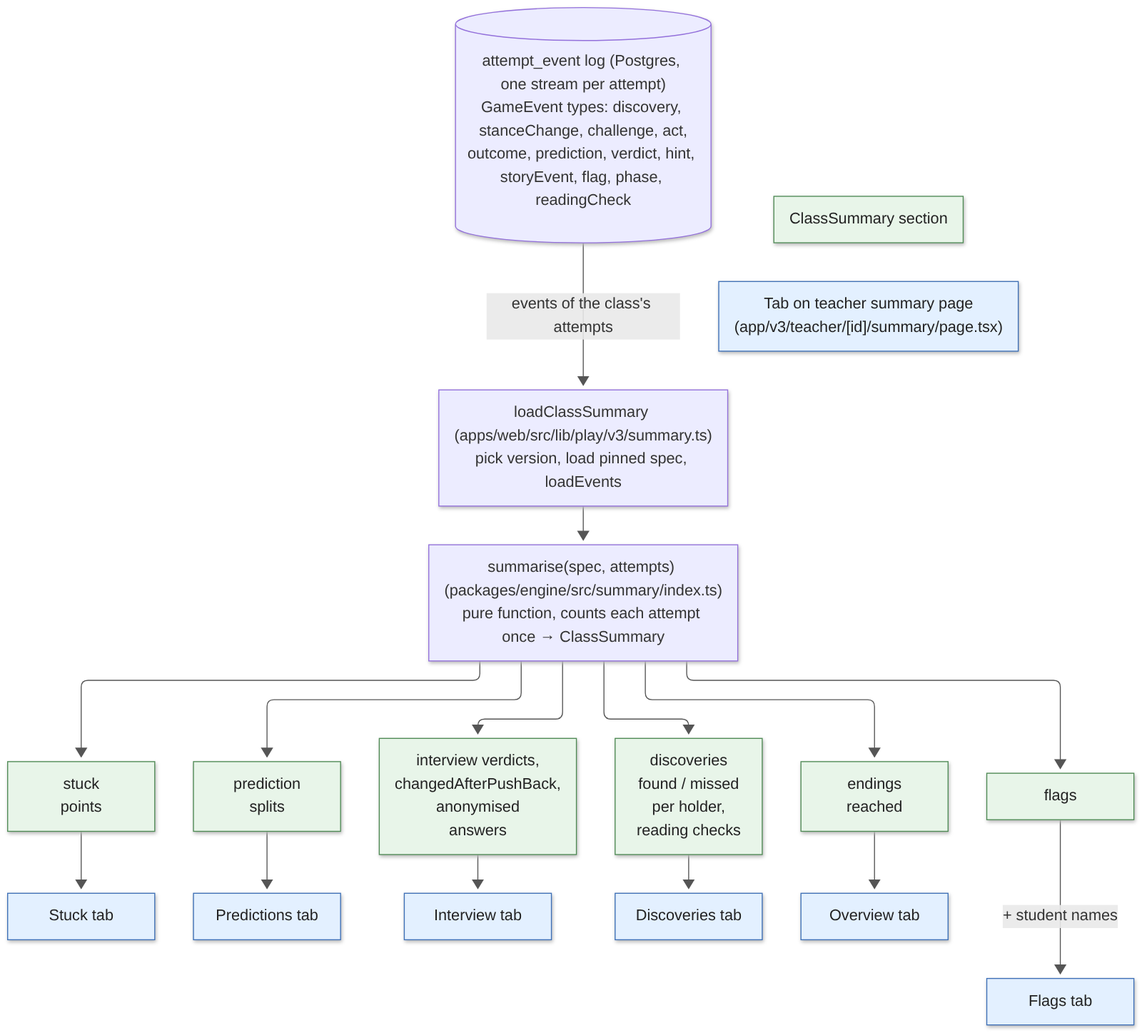
Before: docs/diagrams/png/d5-teacher-insight.png, a diagram exported from Mermaid (damiancxliew/CS3216_Assignment3). Its source is kept beside it as docs/diagrams/d5-teacher-insight.mmd.
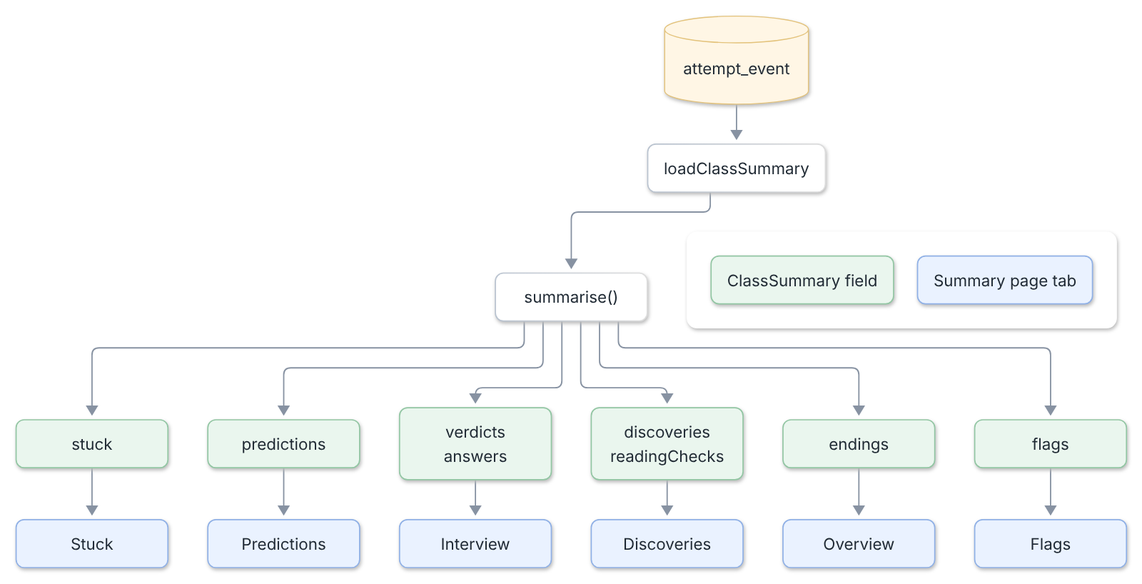
After the commit.

Change to the diagram source:
```diff
@@ -1,36 +1,23 @@
-flowchart TD
-  LOG[("attempt_event log (Postgres, one stream per attempt)<br/>GameEvent types: discovery, stanceChange, challenge, act,<br/>outcome, prediction, verdict, hint, storyEvent, flag, phase, readingCheck")]
+flowchart TB
+  LOG[("attempt_event")] --> LCS["loadClassSummary"] --> SUM["summarise()"]
 
-  LOG -->|"events of the class's attempts"| LCS["loadClassSummary (apps/web/src/lib/play/v3/summary.ts)<br/>pick version, load pinned spec, loadEvents"]
-  LCS --> SUM["summarise(spec, attempts) (packages/engine/src/summary/index.ts)<br/>pure function, counts each attempt once → ClassSummary"]
+  SUM --> S1["stuck"] --> T1["Stuck"]
+  SUM --> S2["predictions"] --> T2["Predictions"]
+  SUM --> S3["verdicts<br/>answers"] --> T3["Interview"]
+  SUM --> S4["discoveries<br/>readingChecks"] --> T4["Discoveries"]
+  SUM --> S5["endings"] --> T0["Overview"]
+  SUM --> S6["flags"] --> T5["Flags"]
 
-  S1["stuck<br/>points"]
-  S2["prediction<br/>splits"]
-  S3["interview verdicts,<br/>changedAfterPushBack,<br/>anonymised<br/>answers"]
-  S4["discoveries<br/>found / missed<br/>per holder,<br/>reading checks"]
-  S5["endings<br/>reached"]
-  S7["flags"]
-  SUM --> S1 & S2 & S3 & S4 & S5 & S7
+  subgraph KEY[" "]
+    direction LR
+    K1["ClassSummary field"]:::section ~~~ K2["Summary page tab"]:::tab
+  end
+  LCS ~~~ KEY
 
-  T1["Stuck tab"]
-  T2["Predictions tab"]
-  T3["Interview tab"]
-  T4["Discoveries tab"]
-  T0["Overview tab"]
-  T5["Flags tab"]
-
-  S1 --> T1
-  S2 --> T2
-  S3 --> T3
-  S4 --> T4
-  S5 --> T0
-  S7 -->|"+ student names"| T5
-
-  KEY1["ClassSummary section"]:::section
-  KEY2["Tab on teacher summary page<br/>(app/v3/teacher/[id]/summary/page.tsx)"]:::tab
-  KEY1 ~~~ KEY2
-
-  classDef section fill:#e8f5e9,stroke:#4f8a55,color:#222
-  classDef tab fill:#e3f0ff,stroke:#3d6fb6,color:#222
-  class S1,S2,S3,S4,S5,S7 section
+  classDef store fill:#fff6e5,stroke:#e3c27a
+  classDef section fill:#eaf6ee,stroke:#92c6a3
+  classDef tab fill:#eaf2ff,stroke:#8fb0e6
+  class LOG store
+  class S1,S2,S3,S4,S5,S6 section
   class T0,T1,T2,T3,T4,T5 tab
+  style KEY fill:#ffffff,stroke:#ffffff
```
